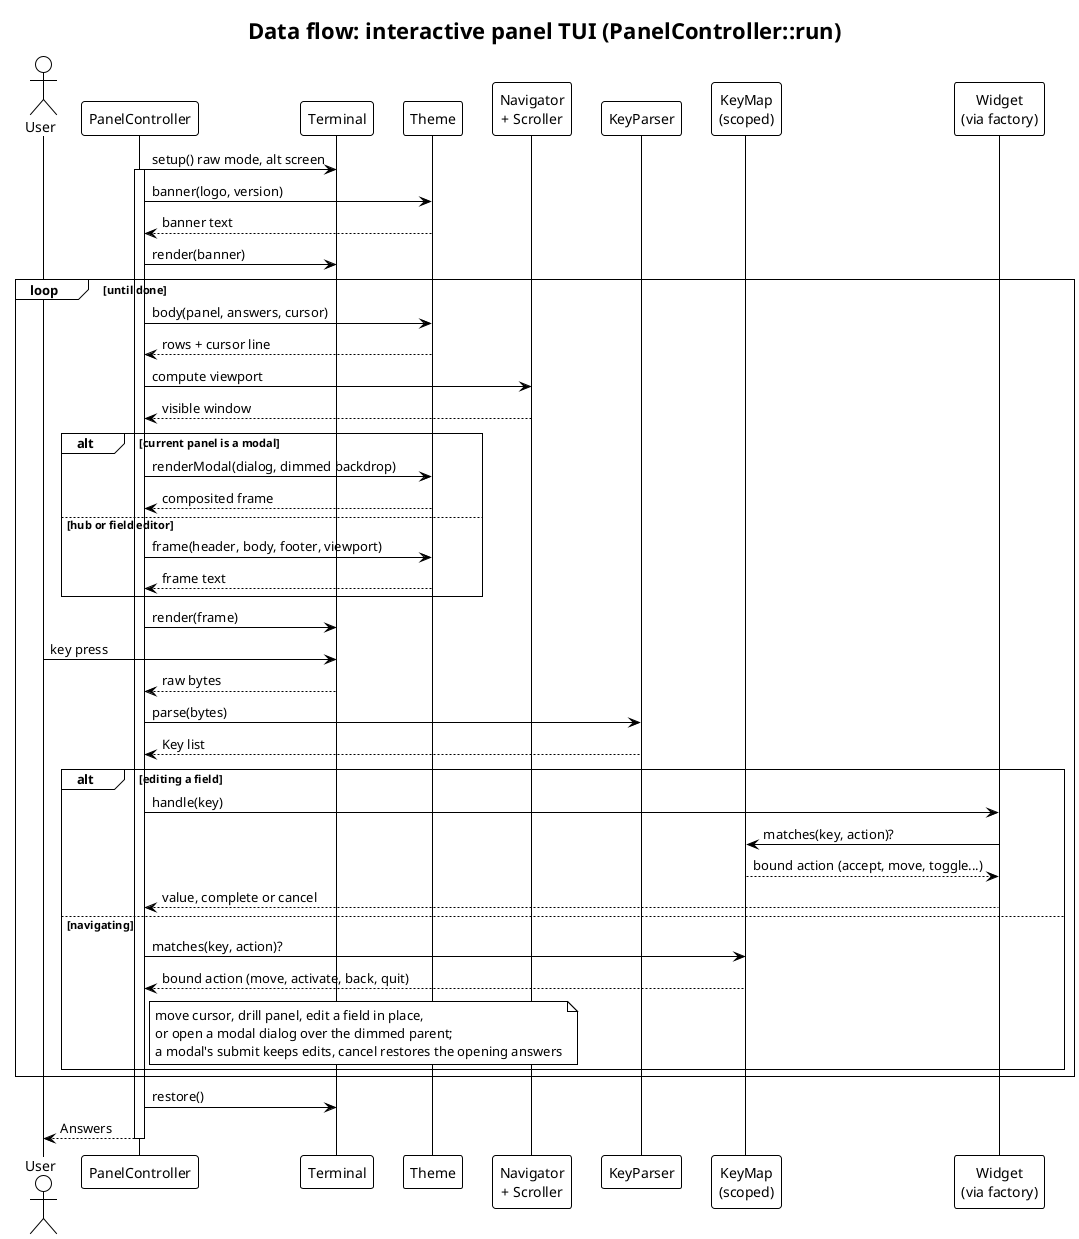
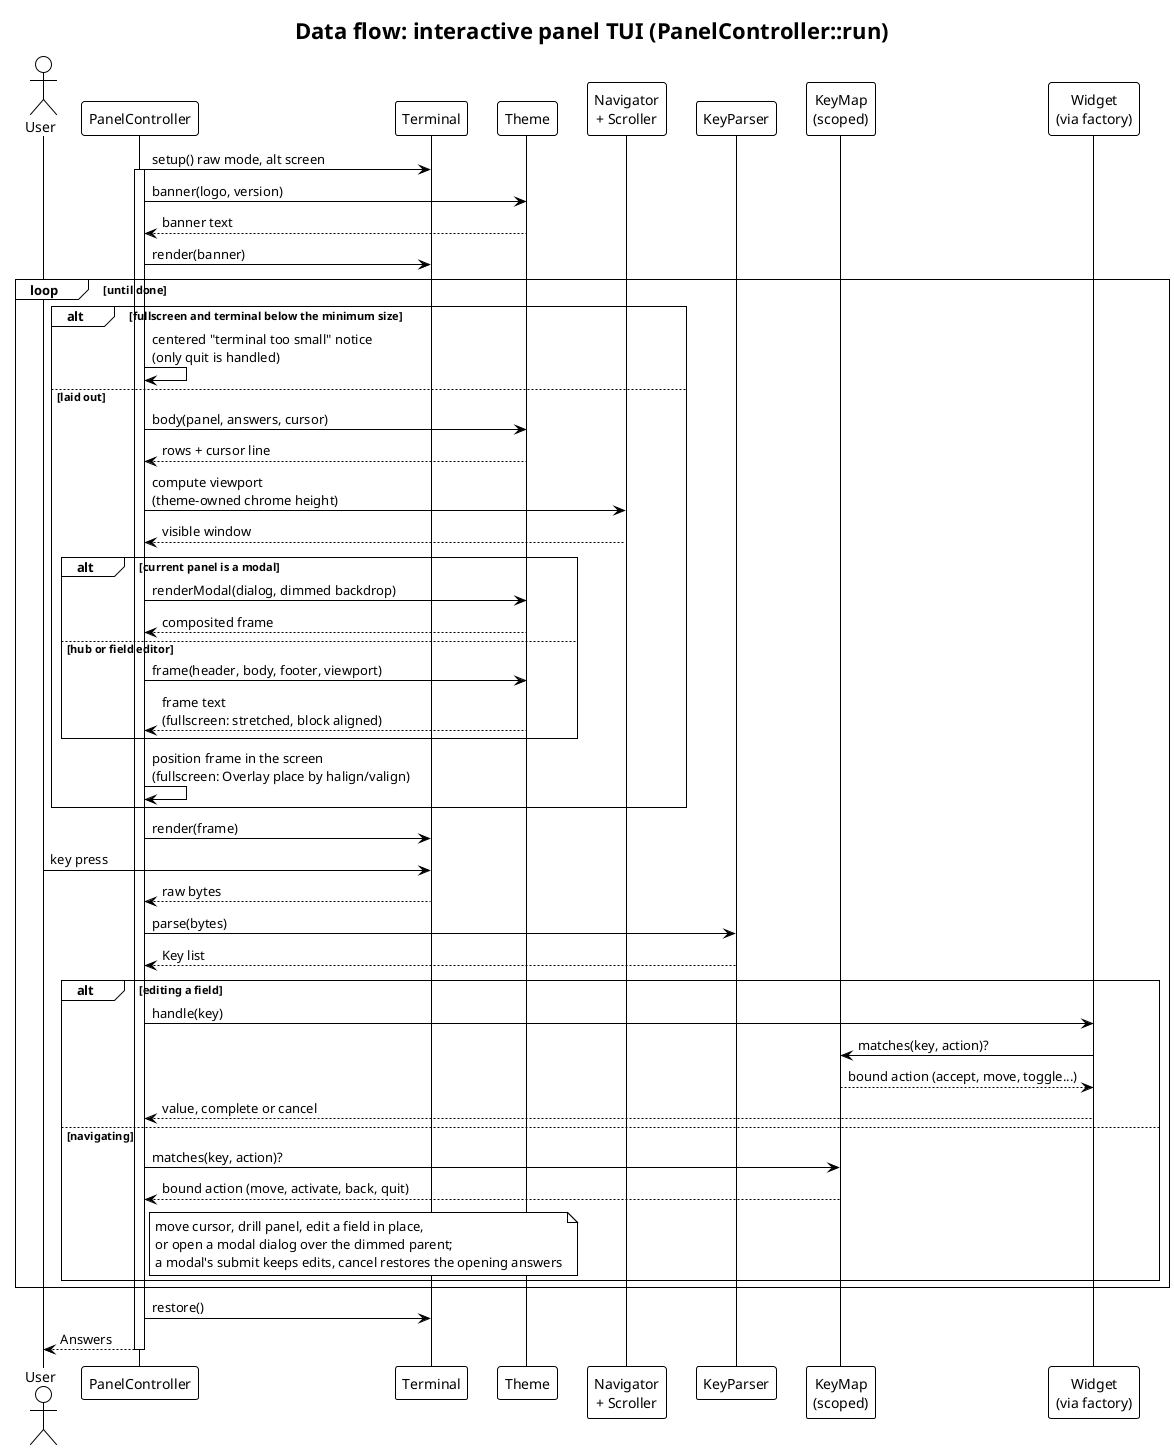
@startuml
' drevops/tui - data flow for the interactive panel TUI.
' Traced from src/Render/PanelController.php (run -> frame/handle), src/Theme/
' (frame, and renderModal composited via src/Render/Overlay) and src/Input/
' (KeyMap resolves a key press to a semantic action).
' Regenerate every SVG with:  plantuml -tsvg docs/architecture/*.puml
!theme plain
skinparam backgroundColor white
skinparam defaultFontName Helvetica
skinparam shadowing false
title Data flow: interactive panel TUI (PanelController::run)

actor "User" as User
participant "PanelController" as PC
participant "Terminal" as Term
participant "Theme" as Theme
participant "Navigator\n+ Scroller" as Nav
participant "KeyParser" as KP
participant "KeyMap\n(scoped)" as KM
participant "Widget\n(via factory)" as W

PC -> Term: setup() raw mode, alt screen
activate PC
PC -> Theme: banner(logo, version)
Theme --> PC: banner text
PC -> Term: render(banner)

loop until done
-   PC -> Theme: body(panel, answers, cursor)
-   Theme --> PC: rows + cursor line
-   PC -> Nav: compute viewport
-   Nav --> PC: visible window
-   alt current panel is a modal
-     PC -> Theme: renderModal(dialog, dimmed backdrop)
-     Theme --> PC: composited frame
-   else hub or field editor
-     PC -> Theme: frame(header, body, footer, viewport)
-     Theme --> PC: frame text
+   alt fullscreen and terminal below the minimum size
+     PC -> PC: centered "terminal too small" notice\n(only quit is handled)
+   else laid out
+     PC -> Theme: body(panel, answers, cursor)
+     Theme --> PC: rows + cursor line
+     PC -> Nav: compute viewport\n(theme-owned chrome height)
+     Nav --> PC: visible window
+     alt current panel is a modal
+       PC -> Theme: renderModal(dialog, dimmed backdrop)
+       Theme --> PC: composited frame
+     else hub or field editor
+       PC -> Theme: frame(header, body, footer, viewport)
+       Theme --> PC: frame text\n(fullscreen: stretched, block aligned)
+     end
+     PC -> PC: position frame in the screen\n(fullscreen: Overlay place by halign/valign)
  end
  PC -> Term: render(frame)

  User -> Term: key press
  Term --> PC: raw bytes
  PC -> KP: parse(bytes)
  KP --> PC: Key list

  alt editing a field
    PC -> W: handle(key)
    W -> KM: matches(key, action)?
    KM --> W: bound action (accept, move, toggle...)
    W --> PC: value, complete or cancel
  else navigating
    PC -> KM: matches(key, action)?
    KM --> PC: bound action (move, activate, back, quit)
    note right of PC: move cursor, drill panel, edit a field in place,\nor open a modal dialog over the dimmed parent;\na modal's submit keeps edits, cancel restores the opening answers
  end
end

PC -> Term: restore()
PC --> User: Answers
deactivate PC
@enduml
